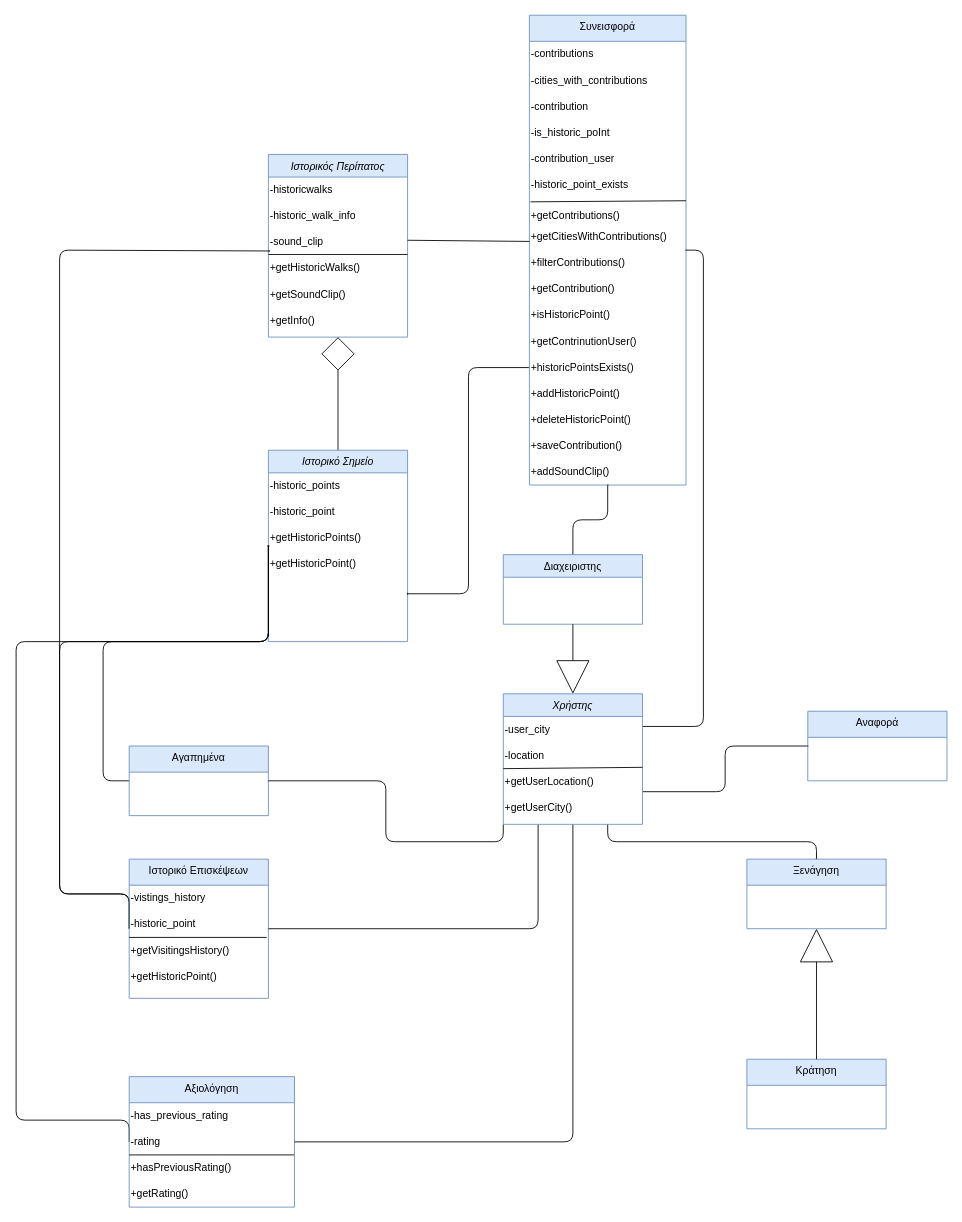
This is NOTES/Domain Model.drawio from Nektar24/software-engineering, a draw.io file, before an edit. Source tidied: cells renumbered, new cells numbered last; positions are measured from the earlier drawing's top-left corner, leaving out a move shared by most shapes. Both pictures are drawn from the tidied source at 87%, with x=0, y=0 at pixel (16, 15).
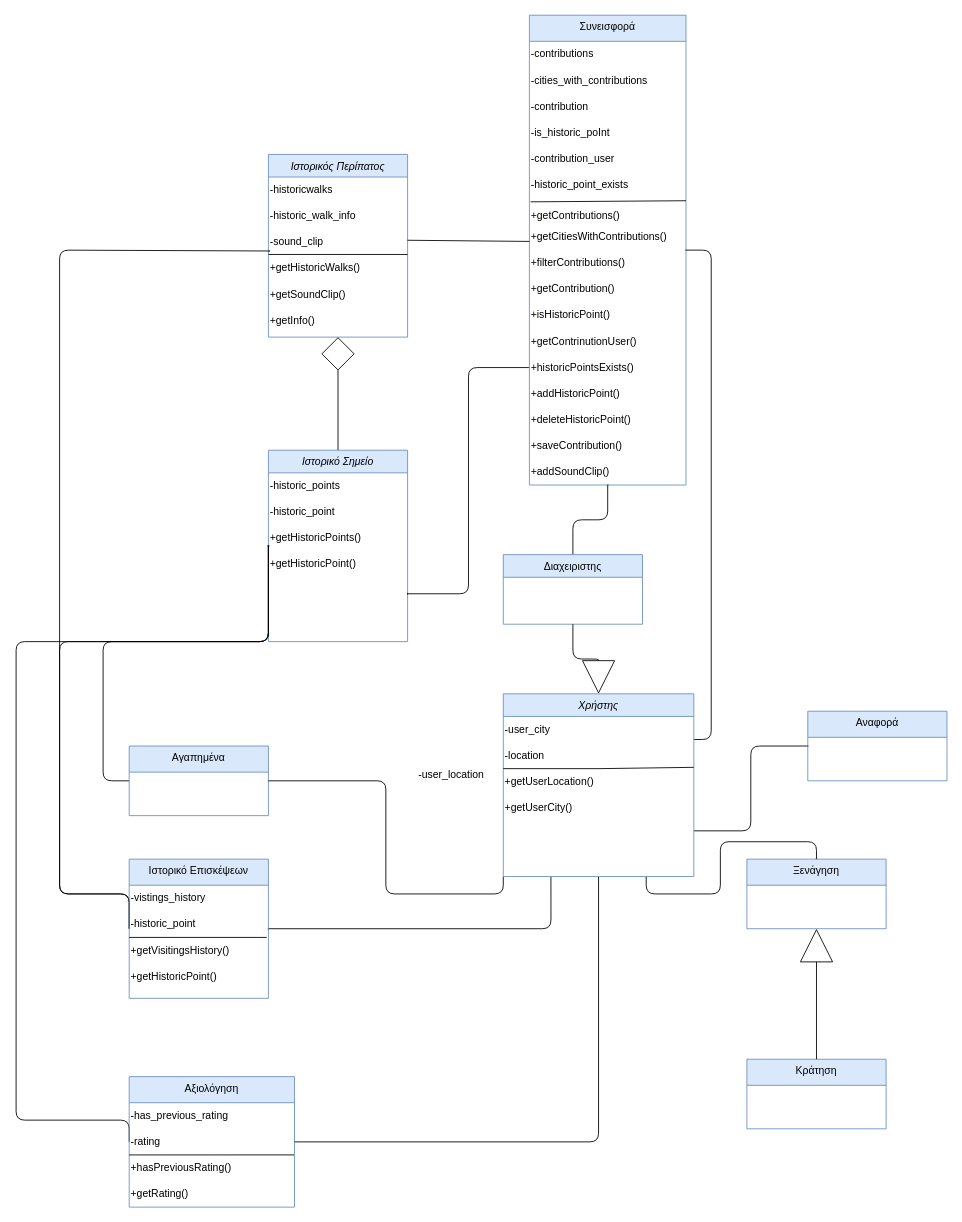
The same diagram, later.

The edit, as a diff of the source:
```diff
@@
     <mxCell id="8" value="Χρήστης" style="swimlane;fontStyle=2;align=center;verticalAlign=top;horizontal=1;startSize=26;rounded=0;shadow=0;strokeWidth=1;fillColor=#dae8fc;strokeColor=#6c8ebf;" parent="1" vertex="1">
-      <mxGeometry x="560" y="780" width="160" height="150" as="geometry" />
+      <mxGeometry x="560" y="780" width="219" height="210" as="geometry" />
     </mxCell>
     <mxCell id="9" value="-user_city" style="text;html=1;align=left;verticalAlign=middle;strokeColor=none;fillColor=none;" parent="8" vertex="1">
-      <mxGeometry y="26" width="160" height="30" as="geometry" />
+      <mxGeometry y="26" width="219" height="30" as="geometry" />
     </mxCell>
     <mxCell id="10" value="-location" style="text;html=1;align=left;verticalAlign=middle;strokeColor=none;fillColor=none;" parent="8" vertex="1">
-      <mxGeometry y="56" width="160" height="30" as="geometry" />
+      <mxGeometry y="56" width="219" height="30" as="geometry" />
     </mxCell>
     <mxCell id="11" style="endArrow=none;html=1;rounded=0;entryX=1;entryY=-0.05;entryDx=0;entryDy=0;entryPerimeter=0;" parent="8" edge="1" target="12">
       <mxGeometry relative="1" as="geometry">
         <mxPoint y="86" as="sourcePoint" />
+        <Array as="points">
+          <mxPoint x="110" y="86" />
+        </Array>
       </mxGeometry>
     </mxCell>
     <mxCell id="12" value="+getUserLocation()" style="text;html=1;align=left;verticalAlign=middle;points=[];strokeColor=none;fillColor=none;" parent="8" vertex="1">
-      <mxGeometry y="86" width="160" height="30" as="geometry" />
+      <mxGeometry y="86" width="219" height="30" as="geometry" />
     </mxCell>
     <mxCell id="13" value="+getUserCity()" style="text;html=1;align=left;verticalAlign=middle;strokeColor=none;fillColor=none;" parent="8" vertex="1">
-      <mxGeometry y="116" width="160" height="30" as="geometry" />
+      <mxGeometry y="116" width="219" height="30" as="geometry" />
     </mxCell>
@@
+    <mxCell id="73" value="-user_location" style="text;html=1;align=center;verticalAlign=middle;strokeColor=none;fillColor=none;" parent="1" vertex="1">
+      <mxGeometry x="450" y="858" width="100" height="30" as="geometry" />
+    </mxCell>
```
